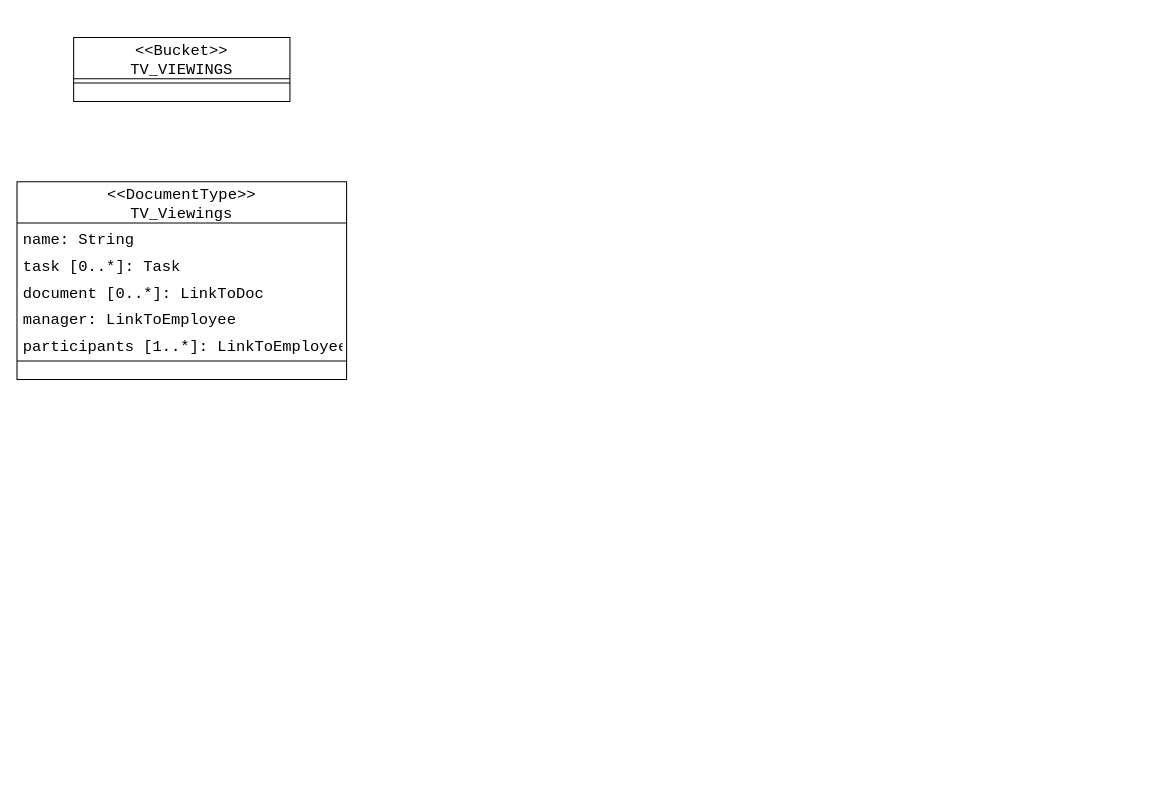
Above: page "CouchBase Design" (2 of 2) of report/Auditel.drawio in CriDiba/couchbase-project (draw.io), before the change. Source tidied: cells renumbered, new cells numbered last; positions are measured from the earlier drawing's top-left corner, leaving out a move shared by most shapes. Both pictures are drawn from the tidied source at 103%, with x=0, y=0 at pixel (16, 37).
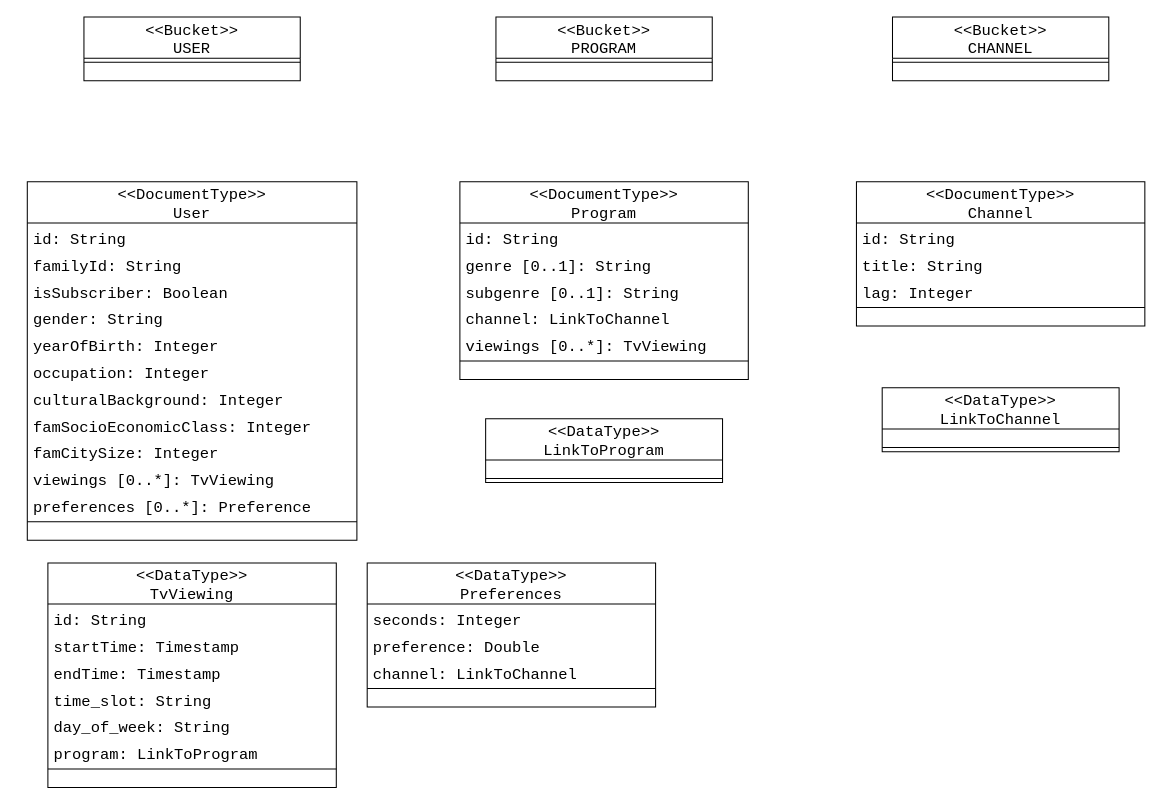
The same page after the edit.

What changed in the source:
```diff
@@
-    <mxCell id="2" value="&lt;&lt;Bucket&gt;&gt;&#10;TV_VIEWINGS" style="swimlane;fontStyle=0;horizontal=1;startSize=40;fillColor=none;fontFamily=Courier New;fontSize=15;rounded=0;" parent="1" vertex="1">
-      <mxGeometry x="55" width="210" height="62" as="geometry" />
+    <mxCell id="2" value="&lt;&lt;Bucket&gt;&gt;&#10;USER" style="swimlane;fontStyle=0;horizontal=1;startSize=40;fillColor=none;fontFamily=Courier New;fontSize=15;rounded=0;" parent="1" vertex="1">
+      <mxGeometry x="65" y="-20" width="210" height="62" as="geometry" />
     </mxCell>
@@
-    <mxCell id="5" value="&lt;&lt;DocumentType&gt;&gt;&#10;TV_Viewings" style="swimlane;fontStyle=0;horizontal=1;startSize=40;fillColor=none;fontFamily=Courier New;fontSize=15;" parent="1" vertex="1">
-      <mxGeometry y="140" width="320" height="192" as="geometry" />
+    <mxCell id="5" value="&lt;&lt;DocumentType&gt;&gt;&#10;User" style="swimlane;fontStyle=0;horizontal=1;startSize=40;fillColor=none;fontFamily=Courier New;fontSize=15;" parent="1" vertex="1">
+      <mxGeometry x="10" y="140" width="320" height="348" as="geometry" />
     </mxCell>
-    <mxCell id="6" value="name: String" style="text;strokeColor=none;fillColor=none;align=left;verticalAlign=top;spacingLeft=4;spacingRight=4;overflow=hidden;fontFamily=Courier New;fontSize=15;" parent="5" vertex="1">
+    <mxCell id="6" value="id: String" style="text;strokeColor=none;fillColor=none;align=left;verticalAlign=top;spacingLeft=4;spacingRight=4;overflow=hidden;fontFamily=Courier New;fontSize=15;" parent="5" vertex="1">
       <mxGeometry y="40" width="320" height="26" as="geometry" />
     </mxCell>
-    <mxCell id="7" value="task [0..*]: Task" style="text;strokeColor=none;fillColor=none;align=left;verticalAlign=top;spacingLeft=4;spacingRight=4;overflow=hidden;fontFamily=Courier New;fontSize=15;" parent="5" vertex="1">
+    <mxCell id="7" value="familyId: String" style="text;strokeColor=none;fillColor=none;align=left;verticalAlign=top;spacingLeft=4;spacingRight=4;overflow=hidden;fontFamily=Courier New;fontSize=15;" parent="5" vertex="1">
       <mxGeometry y="66" width="320" height="26" as="geometry" />
     </mxCell>
-    <mxCell id="8" value="document [0..*]: LinkToDoc" style="text;strokeColor=none;fillColor=none;align=left;verticalAlign=top;spacingLeft=4;spacingRight=4;overflow=hidden;fontFamily=Courier New;fontSize=15;" parent="5" vertex="1">
+    <mxCell id="8" value="isSubscriber: Boolean" style="text;strokeColor=none;fillColor=none;align=left;verticalAlign=top;spacingLeft=4;spacingRight=4;overflow=hidden;fontFamily=Courier New;fontSize=15;" parent="5" vertex="1">
       <mxGeometry y="92" width="320" height="26" as="geometry" />
     </mxCell>
-    <mxCell id="9" value="manager: LinkToEmployee" style="text;strokeColor=none;fillColor=none;align=left;verticalAlign=top;spacingLeft=4;spacingRight=4;overflow=hidden;fontFamily=Courier New;fontSize=15;" parent="5" vertex="1">
+    <mxCell id="9" value="gender: String" style="text;strokeColor=none;fillColor=none;align=left;verticalAlign=top;spacingLeft=4;spacingRight=4;overflow=hidden;fontFamily=Courier New;fontSize=15;" parent="5" vertex="1">
       <mxGeometry y="118" width="320" height="26" as="geometry" />
     </mxCell>
+    <mxCell id="13" value="yearOfBirth: Integer" style="text;strokeColor=none;fillColor=none;align=left;verticalAlign=top;spacingLeft=4;spacingRight=4;overflow=hidden;fontFamily=Courier New;fontSize=15;" parent="5" vertex="1">
+      <mxGeometry y="144" width="320" height="26" as="geometry" />
+    </mxCell>
+    <mxCell id="14" value="occupation: Integer" style="text;strokeColor=none;fillColor=none;align=left;verticalAlign=top;spacingLeft=4;spacingRight=4;overflow=hidden;fontFamily=Courier New;fontSize=15;" parent="5" vertex="1">
+      <mxGeometry y="170" width="320" height="26" as="geometry" />
+    </mxCell>
+    <mxCell id="15" value="culturalBackground: Integer" style="text;strokeColor=none;fillColor=none;align=left;verticalAlign=top;spacingLeft=4;spacingRight=4;overflow=hidden;fontFamily=Courier New;fontSize=15;" parent="5" vertex="1">
+      <mxGeometry y="196" width="320" height="26" as="geometry" />
+    </mxCell>
+    <mxCell id="16" value="famSocioEconomicClass: Integer" style="text;strokeColor=none;fillColor=none;align=left;verticalAlign=top;spacingLeft=4;spacingRight=4;overflow=hidden;fontFamily=Courier New;fontSize=15;" parent="5" vertex="1">
+      <mxGeometry y="222" width="320" height="26" as="geometry" />
+    </mxCell>
-    <mxCell id="10" value="participants [1..*]: LinkToEmployee" style="text;strokeColor=none;fillColor=none;align=left;verticalAlign=top;spacingLeft=4;spacingRight=4;overflow=hidden;fontFamily=Courier New;fontSize=15;" parent="5" vertex="1">
-      <mxGeometry y="144" width="320" height="26" as="geometry" />
+    <mxCell id="10" value="famCitySize: Integer" style="text;strokeColor=none;fillColor=none;align=left;verticalAlign=top;spacingLeft=4;spacingRight=4;overflow=hidden;fontFamily=Courier New;fontSize=15;" parent="5" vertex="1">
+      <mxGeometry y="248" width="320" height="26" as="geometry" />
     </mxCell>
+    <mxCell id="17" value="viewings [0..*]: TvViewing" style="text;strokeColor=none;fillColor=none;align=left;verticalAlign=top;spacingLeft=4;spacingRight=4;overflow=hidden;fontFamily=Courier New;fontSize=15;" parent="5" vertex="1">
+      <mxGeometry y="274" width="320" height="26" as="geometry" />
+    </mxCell>
+    <mxCell id="18" value="preferences [0..*]: Preference" style="text;strokeColor=none;fillColor=none;align=left;verticalAlign=top;spacingLeft=4;spacingRight=4;overflow=hidden;fontFamily=Courier New;fontSize=15;" parent="5" vertex="1">
+      <mxGeometry y="300" width="320" height="26" as="geometry" />
+    </mxCell>
     <mxCell id="11" style="line;strokeWidth=1;fillColor=none;align=left;verticalAlign=middle;spacingTop=-1;spacingLeft=3;spacingRight=3;labelPosition=right;fontFamily=Courier New;fontSize=15;" parent="5" vertex="1">
-      <mxGeometry y="170" width="320" height="8" as="geometry" />
+      <mxGeometry y="326" width="320" height="8" as="geometry" />
     </mxCell>
     <mxCell id="12" style="text;strokeColor=none;fillColor=none;align=left;verticalAlign=middle;spacingTop=-1;spacingLeft=4;spacingRight=4;labelPosition=right;fontFamily=Courier New;fontSize=15;" parent="5" vertex="1">
-      <mxGeometry y="178" width="320" height="14" as="geometry" />
+      <mxGeometry y="334" width="320" height="14" as="geometry" />
     </mxCell>
+    <mxCell id="19" value="&lt;&lt;DataType&gt;&gt;&#10;TvViewing" style="swimlane;fontStyle=0;horizontal=1;startSize=40;fillColor=none;fontFamily=Courier New;fontSize=15;" parent="1" vertex="1">
+      <mxGeometry x="30" y="510" width="280" height="218" as="geometry" />
+    </mxCell>
+    <mxCell id="20" value="id: String" style="text;strokeColor=none;fillColor=none;align=left;verticalAlign=top;spacingLeft=4;spacingRight=4;overflow=hidden;fontFamily=Courier New;fontSize=15;" parent="19" vertex="1">
+      <mxGeometry y="40" width="280" height="26" as="geometry" />
+    </mxCell>
+    <mxCell id="21" value="startTime: Timestamp" style="text;strokeColor=none;fillColor=none;align=left;verticalAlign=top;spacingLeft=4;spacingRight=4;overflow=hidden;fontFamily=Courier New;fontSize=15;" parent="19" vertex="1">
+      <mxGeometry y="66" width="280" height="26" as="geometry" />
+    </mxCell>
+    <mxCell id="22" value="endTime: Timestamp" style="text;strokeColor=none;fillColor=none;align=left;verticalAlign=top;spacingLeft=4;spacingRight=4;overflow=hidden;fontFamily=Courier New;fontSize=15;" parent="19" vertex="1">
+      <mxGeometry y="92" width="280" height="26" as="geometry" />
+    </mxCell>
+    <mxCell id="23" value="time_slot: String" style="text;strokeColor=none;fillColor=none;align=left;verticalAlign=top;spacingLeft=4;spacingRight=4;overflow=hidden;fontFamily=Courier New;fontSize=15;" parent="19" vertex="1">
+      <mxGeometry y="118" width="280" height="26" as="geometry" />
+    </mxCell>
+    <mxCell id="24" value="day_of_week: String" style="text;strokeColor=none;fillColor=none;align=left;verticalAlign=top;spacingLeft=4;spacingRight=4;overflow=hidden;fontFamily=Courier New;fontSize=15;" parent="19" vertex="1">
+      <mxGeometry y="144" width="280" height="26" as="geometry" />
+    </mxCell>
+    <mxCell id="25" value="program: LinkToProgram" style="text;strokeColor=none;fillColor=none;align=left;verticalAlign=top;spacingLeft=4;spacingRight=4;overflow=hidden;fontFamily=Courier New;fontSize=15;" parent="19" vertex="1">
+      <mxGeometry y="170" width="280" height="26" as="geometry" />
+    </mxCell>
+    <mxCell id="26" style="line;strokeWidth=1;fillColor=none;align=left;verticalAlign=middle;spacingTop=-1;spacingLeft=3;spacingRight=3;labelPosition=right;fontFamily=Courier New;fontSize=15;" parent="19" vertex="1">
+      <mxGeometry y="196" width="280" height="8" as="geometry" />
+    </mxCell>
+    <mxCell id="27" style="text;strokeColor=none;fillColor=none;align=left;verticalAlign=middle;spacingTop=-1;spacingLeft=4;spacingRight=4;labelPosition=right;fontFamily=Courier New;fontSize=15;" parent="19" vertex="1">
+      <mxGeometry y="204" width="280" height="14" as="geometry" />
+    </mxCell>
+    <mxCell id="28" value="&lt;&lt;DocumentType&gt;&gt;&#10;Program" style="swimlane;fontStyle=0;horizontal=1;startSize=40;fillColor=none;fontFamily=Courier New;fontSize=15;" parent="1" vertex="1">
+      <mxGeometry x="430" y="140" width="280" height="192" as="geometry" />
+    </mxCell>
+    <mxCell id="29" value="id: String" style="text;strokeColor=none;fillColor=none;align=left;verticalAlign=top;spacingLeft=4;spacingRight=4;overflow=hidden;fontFamily=Courier New;fontSize=15;" parent="28" vertex="1">
+      <mxGeometry y="40" width="280" height="26" as="geometry" />
+    </mxCell>
+    <mxCell id="30" value="genre [0..1]: String" style="text;strokeColor=none;fillColor=none;align=left;verticalAlign=top;spacingLeft=4;spacingRight=4;overflow=hidden;fontFamily=Courier New;fontSize=15;" parent="28" vertex="1">
+      <mxGeometry y="66" width="280" height="26" as="geometry" />
+    </mxCell>
+    <mxCell id="31" value="subgenre [0..1]: String" style="text;strokeColor=none;fillColor=none;align=left;verticalAlign=top;spacingLeft=4;spacingRight=4;overflow=hidden;fontFamily=Courier New;fontSize=15;" parent="28" vertex="1">
+      <mxGeometry y="92" width="280" height="26" as="geometry" />
+    </mxCell>
+    <mxCell id="32" value="channel: LinkToChannel" style="text;strokeColor=none;fillColor=none;align=left;verticalAlign=top;spacingLeft=4;spacingRight=4;overflow=hidden;fontFamily=Courier New;fontSize=15;" parent="28" vertex="1">
+      <mxGeometry y="118" width="280" height="26" as="geometry" />
+    </mxCell>
+    <mxCell id="33" value="viewings [0..*]: TvViewing" style="text;strokeColor=none;fillColor=none;align=left;verticalAlign=top;spacingLeft=4;spacingRight=4;overflow=hidden;fontFamily=Courier New;fontSize=15;" parent="28" vertex="1">
+      <mxGeometry y="144" width="280" height="26" as="geometry" />
+    </mxCell>
+    <mxCell id="34" style="line;strokeWidth=1;fillColor=none;align=left;verticalAlign=middle;spacingTop=-1;spacingLeft=3;spacingRight=3;labelPosition=right;fontFamily=Courier New;fontSize=15;" parent="28" vertex="1">
+      <mxGeometry y="170" width="280" height="8" as="geometry" />
+    </mxCell>
+    <mxCell id="35" style="text;strokeColor=none;fillColor=none;align=left;verticalAlign=middle;spacingTop=-1;spacingLeft=4;spacingRight=4;labelPosition=right;fontFamily=Courier New;fontSize=15;" parent="28" vertex="1">
+      <mxGeometry y="178" width="280" height="14" as="geometry" />
+    </mxCell>
+    <mxCell id="36" value="&lt;&lt;DocumentType&gt;&gt;&#10;Channel" style="swimlane;fontStyle=0;horizontal=1;startSize=40;fillColor=none;fontFamily=Courier New;fontSize=15;" parent="1" vertex="1">
+      <mxGeometry x="815" y="140" width="280" height="140" as="geometry" />
+    </mxCell>
+    <mxCell id="37" value="id: String" style="text;strokeColor=none;fillColor=none;align=left;verticalAlign=top;spacingLeft=4;spacingRight=4;overflow=hidden;fontFamily=Courier New;fontSize=15;" parent="36" vertex="1">
+      <mxGeometry y="40" width="280" height="26" as="geometry" />
+    </mxCell>
+    <mxCell id="38" value="title: String" style="text;strokeColor=none;fillColor=none;align=left;verticalAlign=top;spacingLeft=4;spacingRight=4;overflow=hidden;fontFamily=Courier New;fontSize=15;" parent="36" vertex="1">
+      <mxGeometry y="66" width="280" height="26" as="geometry" />
+    </mxCell>
+    <mxCell id="39" value="lag: Integer" style="text;strokeColor=none;fillColor=none;align=left;verticalAlign=top;spacingLeft=4;spacingRight=4;overflow=hidden;fontFamily=Courier New;fontSize=15;" parent="36" vertex="1">
+      <mxGeometry y="92" width="280" height="26" as="geometry" />
+    </mxCell>
+    <mxCell id="40" style="line;strokeWidth=1;fillColor=none;align=left;verticalAlign=middle;spacingTop=-1;spacingLeft=3;spacingRight=3;labelPosition=right;fontFamily=Courier New;fontSize=15;" parent="36" vertex="1">
+      <mxGeometry y="118" width="280" height="8" as="geometry" />
+    </mxCell>
+    <mxCell id="41" style="text;strokeColor=none;fillColor=none;align=left;verticalAlign=middle;spacingTop=-1;spacingLeft=4;spacingRight=4;labelPosition=right;fontFamily=Courier New;fontSize=15;" parent="36" vertex="1">
+      <mxGeometry y="126" width="280" height="14" as="geometry" />
+    </mxCell>
+    <mxCell id="42" value="&lt;&lt;Bucket&gt;&gt;&#10;PROGRAM" style="swimlane;fontStyle=0;horizontal=1;startSize=40;fillColor=none;fontFamily=Courier New;fontSize=15;rounded=0;" parent="1" vertex="1">
+      <mxGeometry x="465" y="-20" width="210" height="62" as="geometry" />
+    </mxCell>
+    <mxCell id="43" style="line;strokeWidth=1;fillColor=none;align=left;verticalAlign=middle;spacingTop=-1;spacingLeft=3;spacingRight=3;labelPosition=right;fontFamily=Courier New;fontSize=15;rounded=0;" parent="42" vertex="1">
+      <mxGeometry y="40" width="210" height="8" as="geometry" />
+    </mxCell>
+    <mxCell id="44" style="text;strokeColor=none;fillColor=none;align=left;verticalAlign=middle;spacingTop=-1;spacingLeft=4;spacingRight=4;labelPosition=right;fontFamily=Courier New;fontSize=15;rounded=0;" parent="42" vertex="1">
+      <mxGeometry y="48" width="210" height="14" as="geometry" />
+    </mxCell>
+    <mxCell id="45" value="&lt;&lt;DataType&gt;&gt;&#10;LinkToProgram" style="swimlane;fontStyle=0;horizontal=1;startSize=40;fillColor=none;fontFamily=Courier New;fontSize=15;" parent="1" vertex="1">
+      <mxGeometry x="455" y="370" width="230" height="62" as="geometry" />
+    </mxCell>
+    <mxCell id="46" style="text;strokeColor=none;fillColor=none;align=left;verticalAlign=middle;spacingTop=-1;spacingLeft=4;spacingRight=4;labelPosition=right;fontFamily=Courier New;fontSize=15;" parent="45" vertex="1">
+      <mxGeometry y="40" width="230" height="14" as="geometry" />
+    </mxCell>
+    <mxCell id="47" style="line;strokeWidth=1;fillColor=none;align=left;verticalAlign=middle;spacingTop=-1;spacingLeft=3;spacingRight=3;labelPosition=right;fontFamily=Courier New;fontSize=15;" parent="45" vertex="1">
+      <mxGeometry y="54" width="230" height="8" as="geometry" />
+    </mxCell>
+    <mxCell id="48" value="&lt;&lt;DataType&gt;&gt;&#10;Preferences" style="swimlane;fontStyle=0;horizontal=1;startSize=40;fillColor=none;fontFamily=Courier New;fontSize=15;" parent="1" vertex="1">
+      <mxGeometry x="340" y="510" width="280" height="140" as="geometry" />
+    </mxCell>
+    <mxCell id="49" value="seconds: Integer" style="text;strokeColor=none;fillColor=none;align=left;verticalAlign=top;spacingLeft=4;spacingRight=4;overflow=hidden;fontFamily=Courier New;fontSize=15;" parent="48" vertex="1">
+      <mxGeometry y="40" width="280" height="26" as="geometry" />
+    </mxCell>
+    <mxCell id="50" value="preference: Double" style="text;strokeColor=none;fillColor=none;align=left;verticalAlign=top;spacingLeft=4;spacingRight=4;overflow=hidden;fontFamily=Courier New;fontSize=15;" parent="48" vertex="1">
+      <mxGeometry y="66" width="280" height="26" as="geometry" />
+    </mxCell>
+    <mxCell id="51" value="channel: LinkToChannel" style="text;strokeColor=none;fillColor=none;align=left;verticalAlign=top;spacingLeft=4;spacingRight=4;overflow=hidden;fontFamily=Courier New;fontSize=15;" parent="48" vertex="1">
+      <mxGeometry y="92" width="280" height="26" as="geometry" />
+    </mxCell>
+    <mxCell id="52" style="line;strokeWidth=1;fillColor=none;align=left;verticalAlign=middle;spacingTop=-1;spacingLeft=3;spacingRight=3;labelPosition=right;fontFamily=Courier New;fontSize=15;" parent="48" vertex="1">
+      <mxGeometry y="118" width="280" height="8" as="geometry" />
+    </mxCell>
+    <mxCell id="53" style="text;strokeColor=none;fillColor=none;align=left;verticalAlign=middle;spacingTop=-1;spacingLeft=4;spacingRight=4;labelPosition=right;fontFamily=Courier New;fontSize=15;" parent="48" vertex="1">
+      <mxGeometry y="126" width="280" height="14" as="geometry" />
+    </mxCell>
+    <mxCell id="54" value="&lt;&lt;DataType&gt;&gt;&#10;LinkToChannel" style="swimlane;fontStyle=0;horizontal=1;startSize=40;fillColor=none;fontFamily=Courier New;fontSize=15;" parent="1" vertex="1">
+      <mxGeometry x="840" y="340" width="230" height="62" as="geometry" />
+    </mxCell>
+    <mxCell id="55" style="text;strokeColor=none;fillColor=none;align=left;verticalAlign=middle;spacingTop=-1;spacingLeft=4;spacingRight=4;labelPosition=right;fontFamily=Courier New;fontSize=15;" parent="54" vertex="1">
+      <mxGeometry y="40" width="230" height="14" as="geometry" />
+    </mxCell>
+    <mxCell id="56" style="line;strokeWidth=1;fillColor=none;align=left;verticalAlign=middle;spacingTop=-1;spacingLeft=3;spacingRight=3;labelPosition=right;fontFamily=Courier New;fontSize=15;" parent="54" vertex="1">
+      <mxGeometry y="54" width="230" height="8" as="geometry" />
+    </mxCell>
+    <mxCell id="57" value="&lt;&lt;Bucket&gt;&gt;&#10;CHANNEL" style="swimlane;fontStyle=0;horizontal=1;startSize=40;fillColor=none;fontFamily=Courier New;fontSize=15;rounded=0;" parent="1" vertex="1">
+      <mxGeometry x="850" y="-20" width="210" height="62" as="geometry" />
+    </mxCell>
+    <mxCell id="58" style="line;strokeWidth=1;fillColor=none;align=left;verticalAlign=middle;spacingTop=-1;spacingLeft=3;spacingRight=3;labelPosition=right;fontFamily=Courier New;fontSize=15;rounded=0;" parent="57" vertex="1">
+      <mxGeometry y="40" width="210" height="8" as="geometry" />
+    </mxCell>
+    <mxCell id="59" style="text;strokeColor=none;fillColor=none;align=left;verticalAlign=middle;spacingTop=-1;spacingLeft=4;spacingRight=4;labelPosition=right;fontFamily=Courier New;fontSize=15;rounded=0;" parent="57" vertex="1">
+      <mxGeometry y="48" width="210" height="14" as="geometry" />
+    </mxCell>
```
